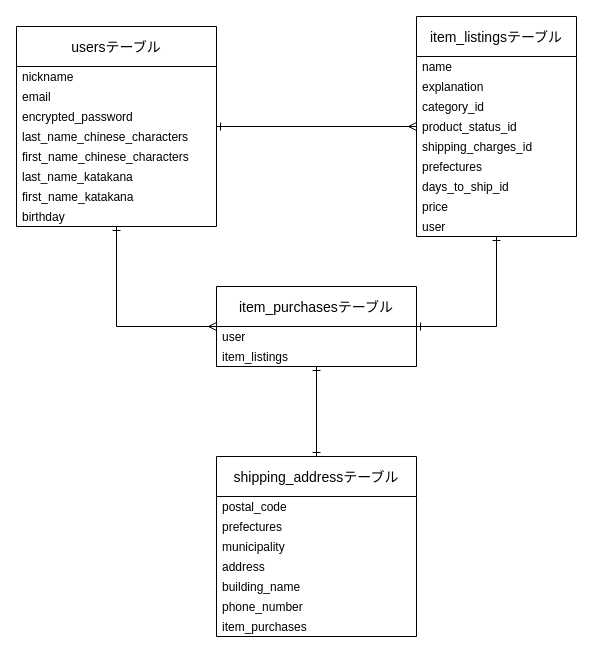
Before: .dio in Necomabot/furima-32159, a draw.io diagram. Source tidied: cells renumbered, new cells numbered last; positions are measured from the earlier drawing's top-left corner, leaving out a move shared by most shapes. Both pictures are drawn from the tidied source at 100%, with x=0, y=0 at pixel (16, 16).
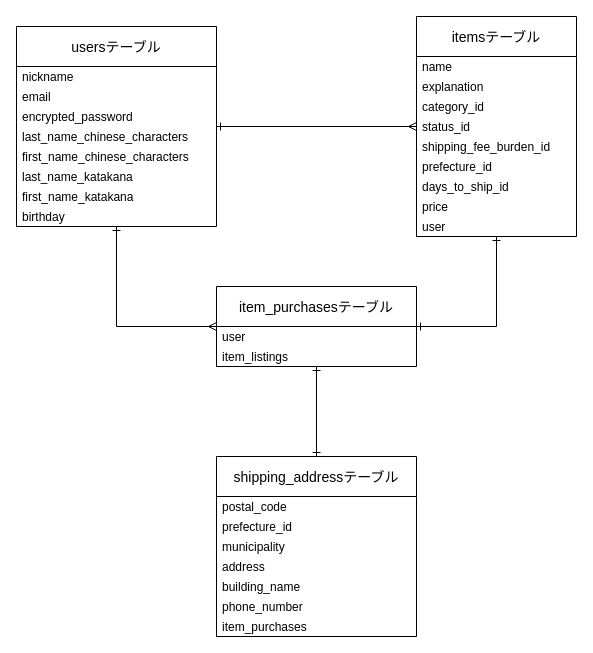
Above is the later version.

The change refers to these unchanged cells:
```xml
<mxCell id="24" value="shipping_addressテーブル" style="swimlane;fontStyle=0;horizontal=1;startSize=40;align=center;fontSize=14;" parent="1" vertex="1">
  <mxGeometry x="200" y="440" width="200" height="180" as="geometry" />
</mxCell>
```

The edit, as a diff of the source:
```diff
@@
-    <mxCell id="11" value="item_listingsテーブル" style="swimlane;fontStyle=0;horizontal=1;startSize=40;align=center;fontSize=14;" parent="1" vertex="1">
+    <mxCell id="11" value="itemsテーブル" style="swimlane;fontStyle=0;horizontal=1;startSize=40;align=center;fontSize=14;" parent="1" vertex="1">
       <mxGeometry x="400" width="160" height="220" as="geometry" />
     </mxCell>
@@
-    <mxCell id="15" value="product_status_id" style="text;strokeColor=none;fillColor=none;spacingLeft=4;spacingRight=4;overflow=hidden;fontSize=12;verticalAlign=middle;" parent="11" vertex="1">
+    <mxCell id="15" value="status_id" style="text;strokeColor=none;fillColor=none;spacingLeft=4;spacingRight=4;overflow=hidden;fontSize=12;verticalAlign=middle;" parent="11" vertex="1">
       <mxGeometry y="100" width="160" height="20" as="geometry" />
     </mxCell>
-    <mxCell id="16" value="shipping_charges_id" style="text;strokeColor=none;fillColor=none;spacingLeft=4;spacingRight=4;overflow=hidden;fontSize=12;verticalAlign=middle;" parent="11" vertex="1">
+    <mxCell id="16" value="shipping_fee_burden_id" style="text;strokeColor=none;fillColor=none;spacingLeft=4;spacingRight=4;overflow=hidden;fontSize=12;verticalAlign=middle;" parent="11" vertex="1">
       <mxGeometry y="120" width="160" height="20" as="geometry" />
     </mxCell>
-    <mxCell id="17" value="prefectures" style="text;strokeColor=none;fillColor=none;spacingLeft=4;spacingRight=4;overflow=hidden;fontSize=12;verticalAlign=middle;" parent="11" vertex="1">
+    <mxCell id="17" value="prefecture_id" style="text;strokeColor=none;fillColor=none;spacingLeft=4;spacingRight=4;overflow=hidden;fontSize=12;verticalAlign=middle;" parent="11" vertex="1">
       <mxGeometry y="140" width="160" height="20" as="geometry" />
     </mxCell>
@@
-    <mxCell id="26" value="prefectures" style="text;strokeColor=none;fillColor=none;spacingLeft=4;spacingRight=4;overflow=hidden;fontSize=12;verticalAlign=middle;" parent="24" vertex="1">
+    <mxCell id="26" value="prefecture_id" style="text;strokeColor=none;fillColor=none;spacingLeft=4;spacingRight=4;overflow=hidden;fontSize=12;verticalAlign=middle;" parent="24" vertex="1">
       <mxGeometry y="60" width="200" height="20" as="geometry" />
     </mxCell>
```
